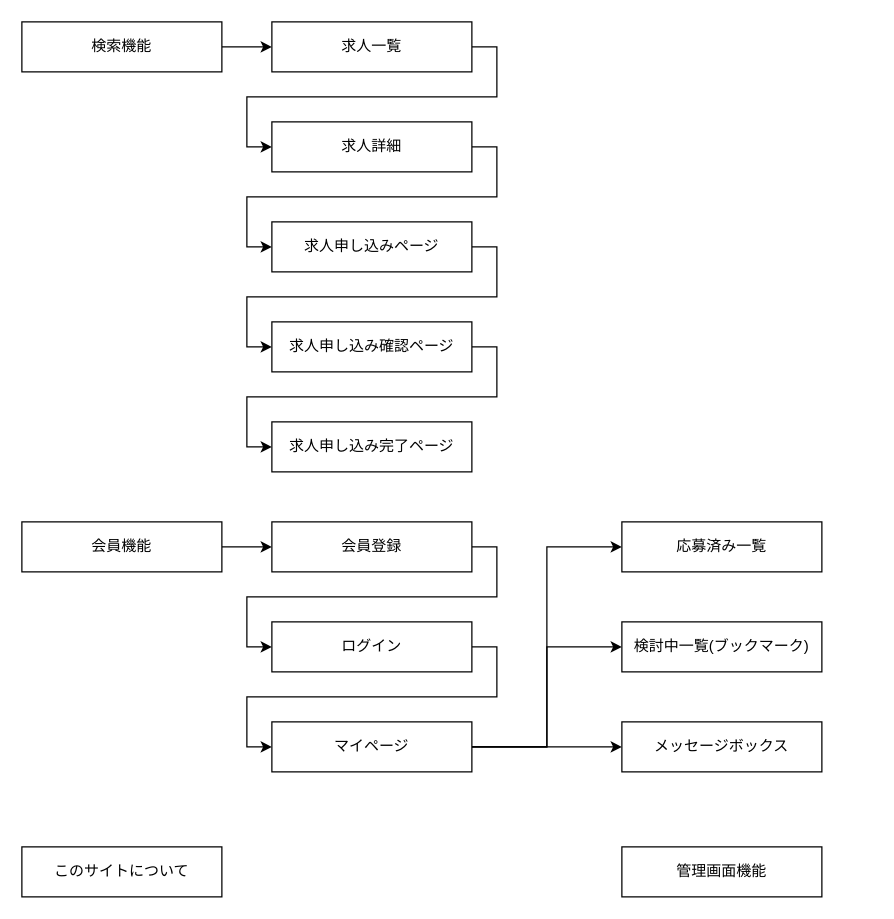
This is Untitled Diagram.drawio from wiredrawing/line-app, a draw.io file, before an edit. Source tidied: cells renumbered, new cells numbered last; positions are measured from the earlier drawing's top-left corner, leaving out a move shared by most shapes. Both pictures are drawn from the tidied source at 125%, with x=0, y=0 at pixel (21, 21).
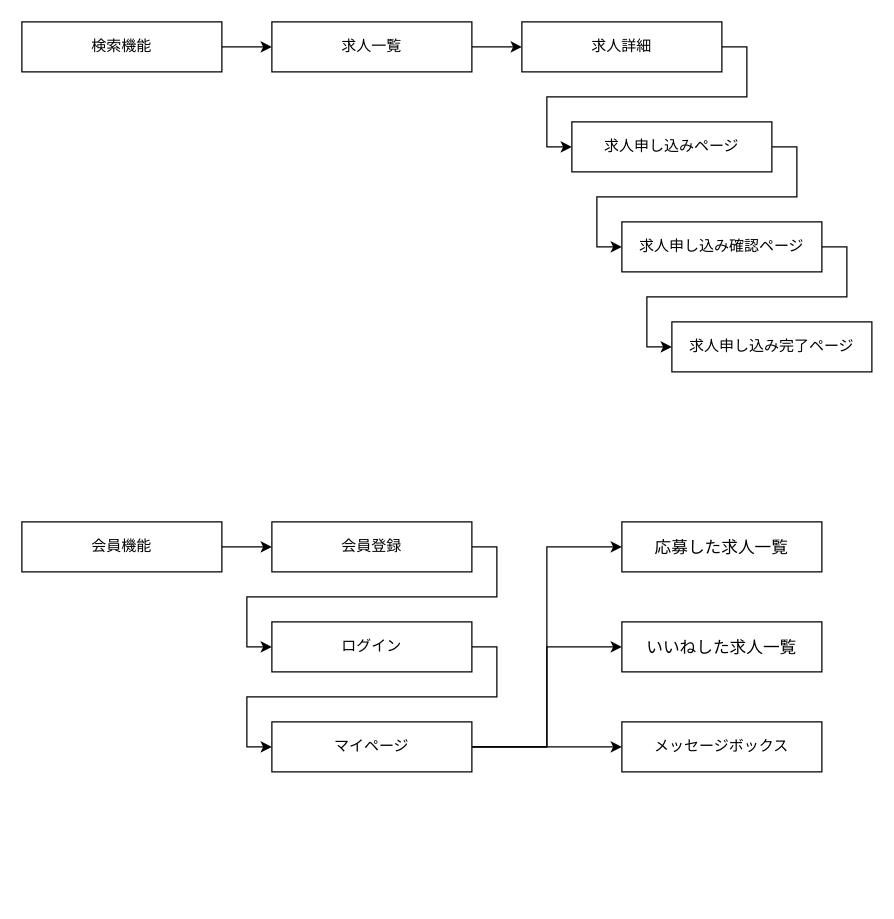
After the change.

Change to the diagram source:
```diff
@@
-    <mxCell id="4" value="管理画面機能" style="rounded=0;whiteSpace=wrap;html=1;" parent="1" vertex="1">
-      <mxGeometry x="480" y="660" width="160" height="40" as="geometry" />
-    </mxCell>
@@
-    <mxCell id="7" value="このサイトについて" style="rounded=0;whiteSpace=wrap;html=1;" parent="1" vertex="1">
-      <mxGeometry y="660" width="160" height="40" as="geometry" />
-    </mxCell>
@@
     <mxCell id="11" value="求人詳細" style="rounded=0;whiteSpace=wrap;html=1;" parent="1" vertex="1">
-      <mxGeometry x="200" y="80" width="160" height="40" as="geometry" />
+      <mxGeometry x="400" width="160" height="40" as="geometry" />
     </mxCell>
@@
     <mxCell id="13" value="求人申し込みページ" style="rounded=0;whiteSpace=wrap;html=1;" parent="1" vertex="1">
-      <mxGeometry x="200" y="160" width="160" height="40" as="geometry" />
+      <mxGeometry x="440" y="80" width="160" height="40" as="geometry" />
     </mxCell>
@@
     <mxCell id="15" value="求人申し込み確認ページ" style="rounded=0;whiteSpace=wrap;html=1;" parent="1" vertex="1">
-      <mxGeometry x="200" y="240" width="160" height="40" as="geometry" />
+      <mxGeometry x="480" y="160" width="160" height="40" as="geometry" />
     </mxCell>
     <mxCell id="16" value="求人申し込み完了ページ" style="rounded=0;whiteSpace=wrap;html=1;" parent="1" vertex="1">
-      <mxGeometry x="200" y="320" width="160" height="40" as="geometry" />
+      <mxGeometry x="520" y="240" width="160" height="40" as="geometry" />
     </mxCell>
@@
-    <mxCell id="25" value="応募済み一覧" style="rounded=0;whiteSpace=wrap;html=1;" parent="1" vertex="1">
+    <mxCell id="25" value="&lt;span style=&quot;text-align: start; font-size: 10pt; font-family: Arial;&quot;&gt;応募した求人一覧&lt;/span&gt;" style="rounded=0;whiteSpace=wrap;html=1;" parent="1" vertex="1">
       <mxGeometry x="480" y="400" width="160" height="40" as="geometry" />
     </mxCell>
-    <mxCell id="26" value="検討中一覧(ブックマーク)" style="rounded=0;whiteSpace=wrap;html=1;" parent="1" vertex="1">
+    <mxCell id="26" value="&lt;span style=&quot;text-align: start; font-size: 10pt; font-family: Arial;&quot;&gt;いいねした求人一覧&lt;/span&gt;" style="rounded=0;whiteSpace=wrap;html=1;" parent="1" vertex="1">
       <mxGeometry x="480" y="480" width="160" height="40" as="geometry" />
     </mxCell>
```
